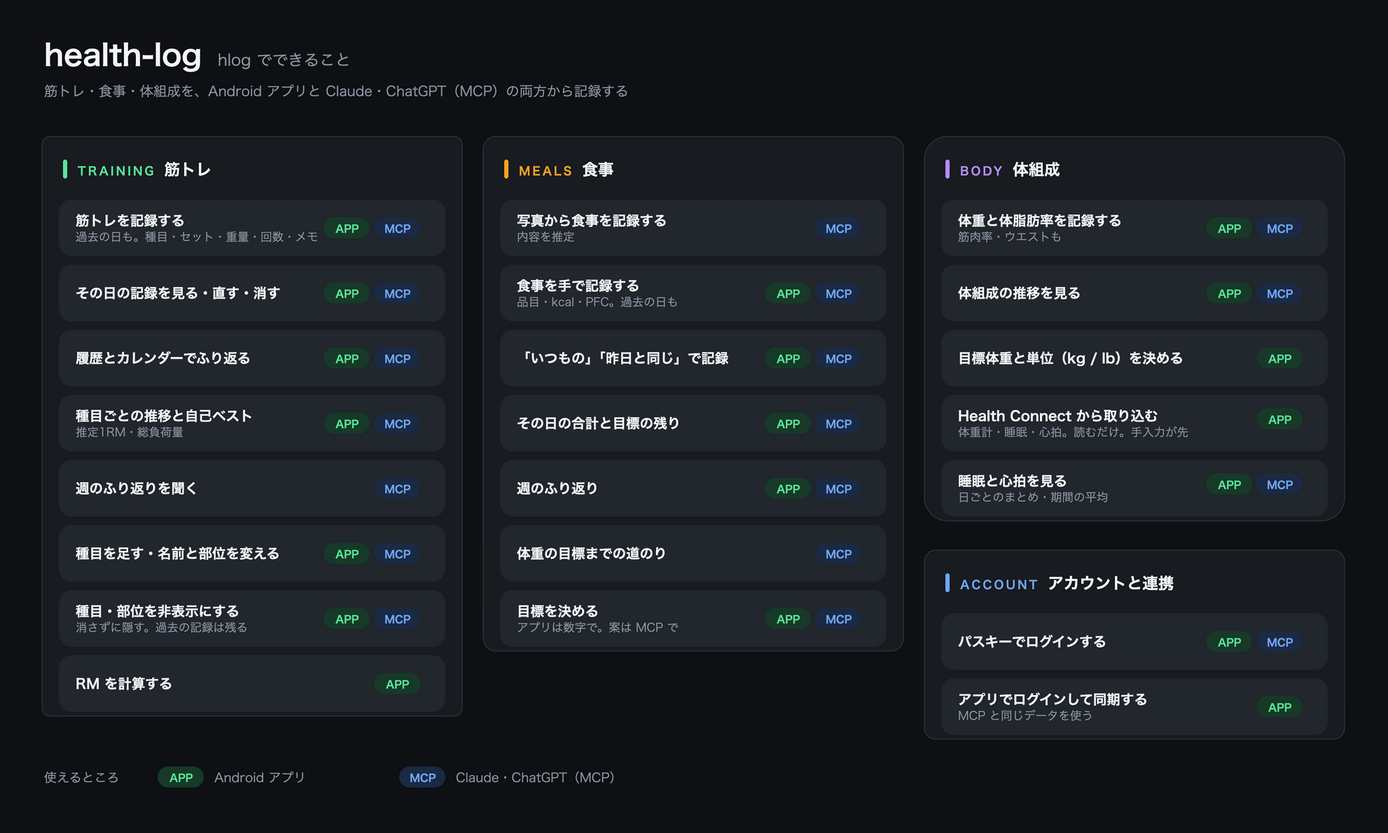
ykitaza/health-log keeps this draw.io diagram as docs/diagrams/usecase.drawio.png. Above is the earlier version. Source tidied: cells renumbered, new cells last; positions are measured from the earlier drawing's top-left corner, leaving out a move shared by most shapes.
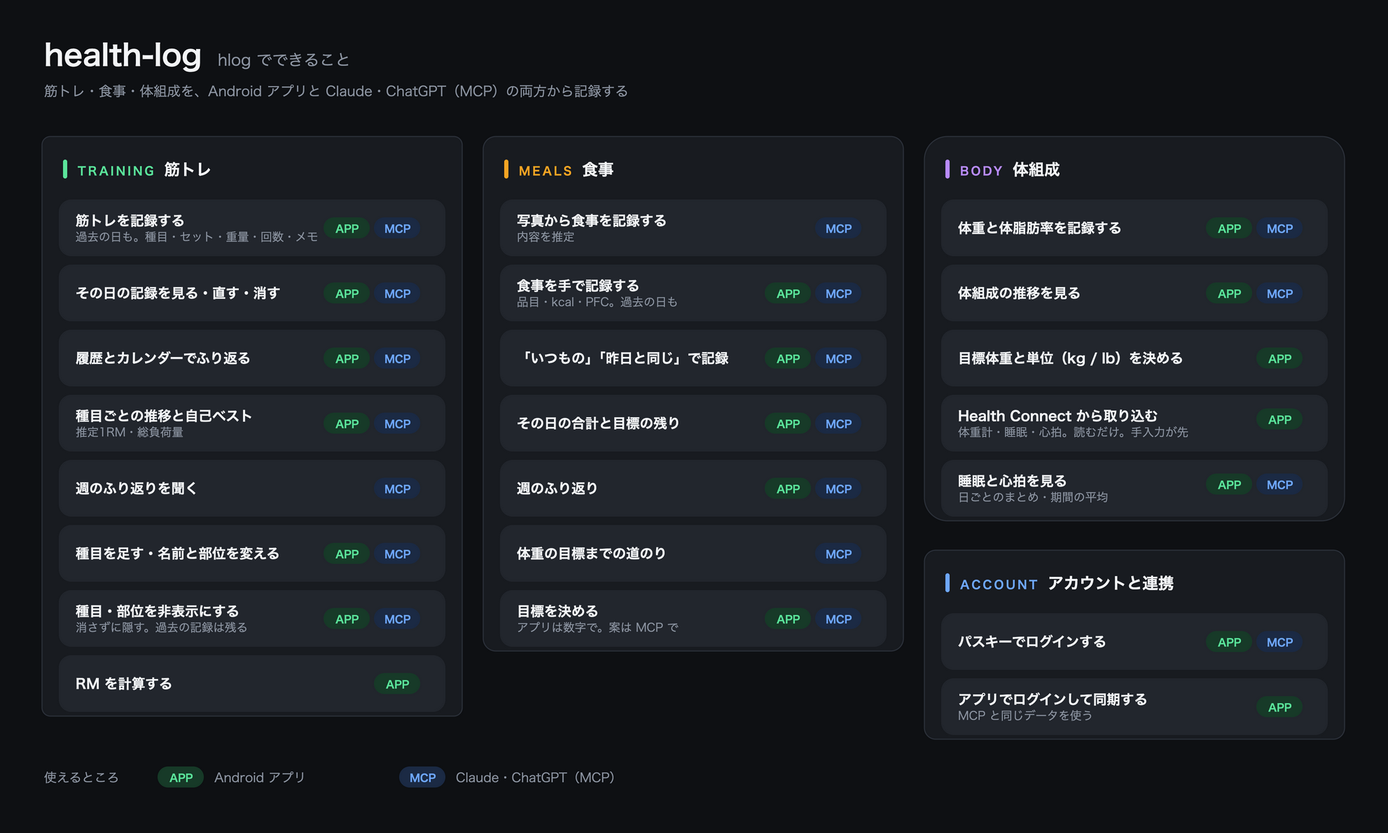
The same diagram one commit later.

What changed in the source:
```diff
@@ -209,7 +209,7 @@
     <mxCell id="70" style="rounded=1;arcSize=22;fillColor=#22262D;strokeColor=none;" parent="1" vertex="1">
       <mxGeometry x="896" y="190" width="368" height="54" as="geometry" />
     </mxCell>
-    <mxCell id="71" value="&lt;span style=&quot;font-size:13px;font-weight:700;color:#F3F5F7&quot;&gt;体重と体脂肪率を記録する&lt;/span&gt;&lt;br&gt;&lt;span style=&quot;font-size:11px;color:#8C94A1&quot;&gt;筋肉率・ウエストも&lt;/span&gt;" style="text;html=1;align=left;verticalAlign=middle;whiteSpace=wrap;fontFamily=Hiragino Sans;" parent="1" vertex="1">
+    <mxCell id="71" value="&lt;span style=&quot;font-size:13px;font-weight:700;color:#F3F5F7&quot;&gt;体重と体脂肪率を記録する&lt;/span&gt;" style="text;html=1;align=left;verticalAlign=middle;whiteSpace=wrap;fontFamily=Hiragino Sans;" parent="1" vertex="1">
       <mxGeometry x="910" y="194" width="250" height="46" as="geometry" />
     </mxCell>
     <mxCell id="72" value="MCP" style="rounded=1;arcSize=50;html=1;fontSize=10;fontStyle=1;align=center;verticalAlign=middle;fontFamily=Hiragino Sans;fillColor=#1B2A44;strokeColor=none;fontColor=#6FA8FF;" parent="1" vertex="1">
```
